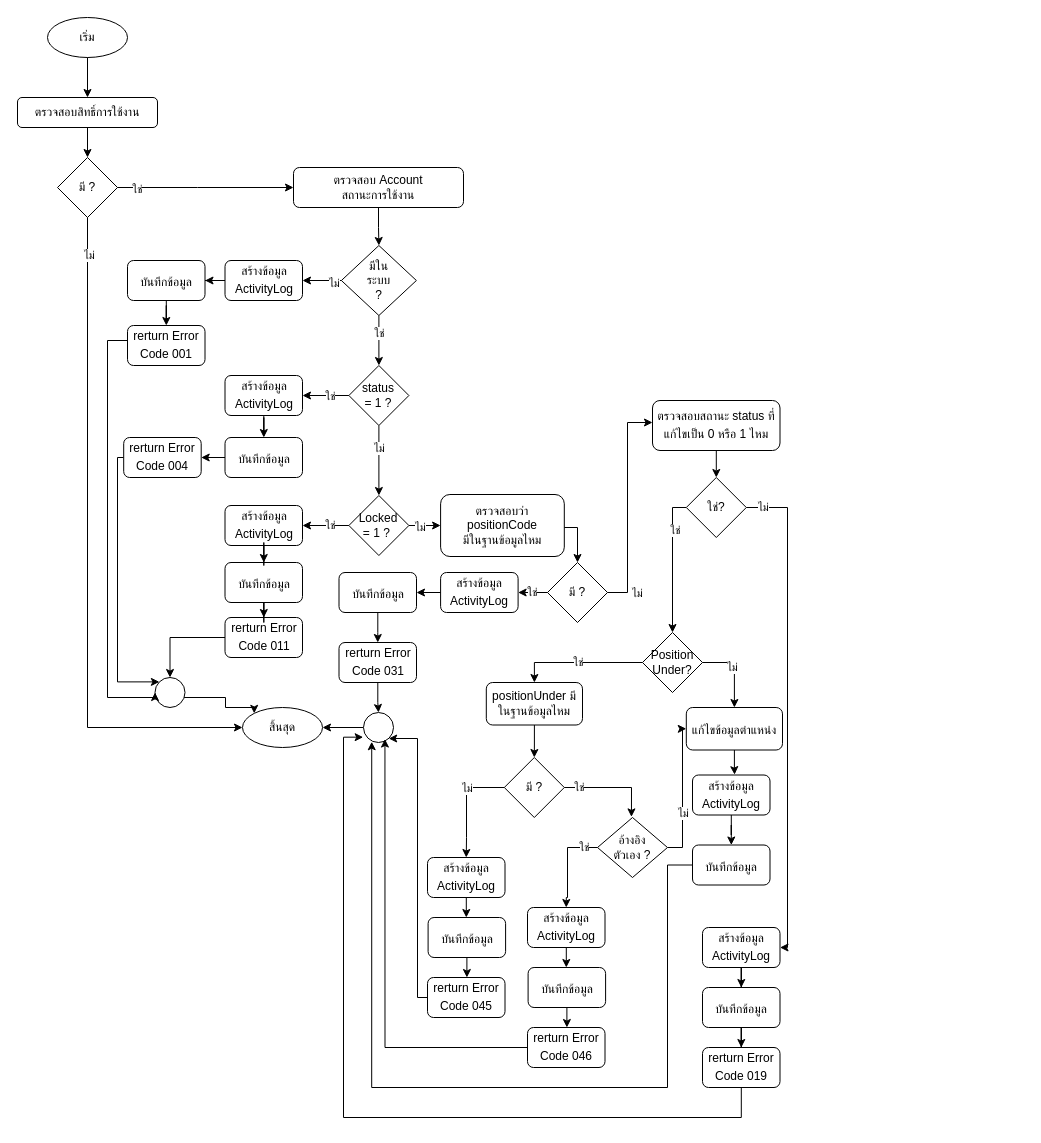
The draw.io diagram page "หน้า-4" (4 of 4) of Position.drawio in charifrodmanee/charifrodmanee, before the edit. Source tidied: cells renumbered, new cells numbered last; positions are measured from the earlier drawing's top-left corner, leaving out a move shared by most shapes. Both pictures are drawn from the tidied source at 100%, with x=0, y=0 at pixel (17, 17).
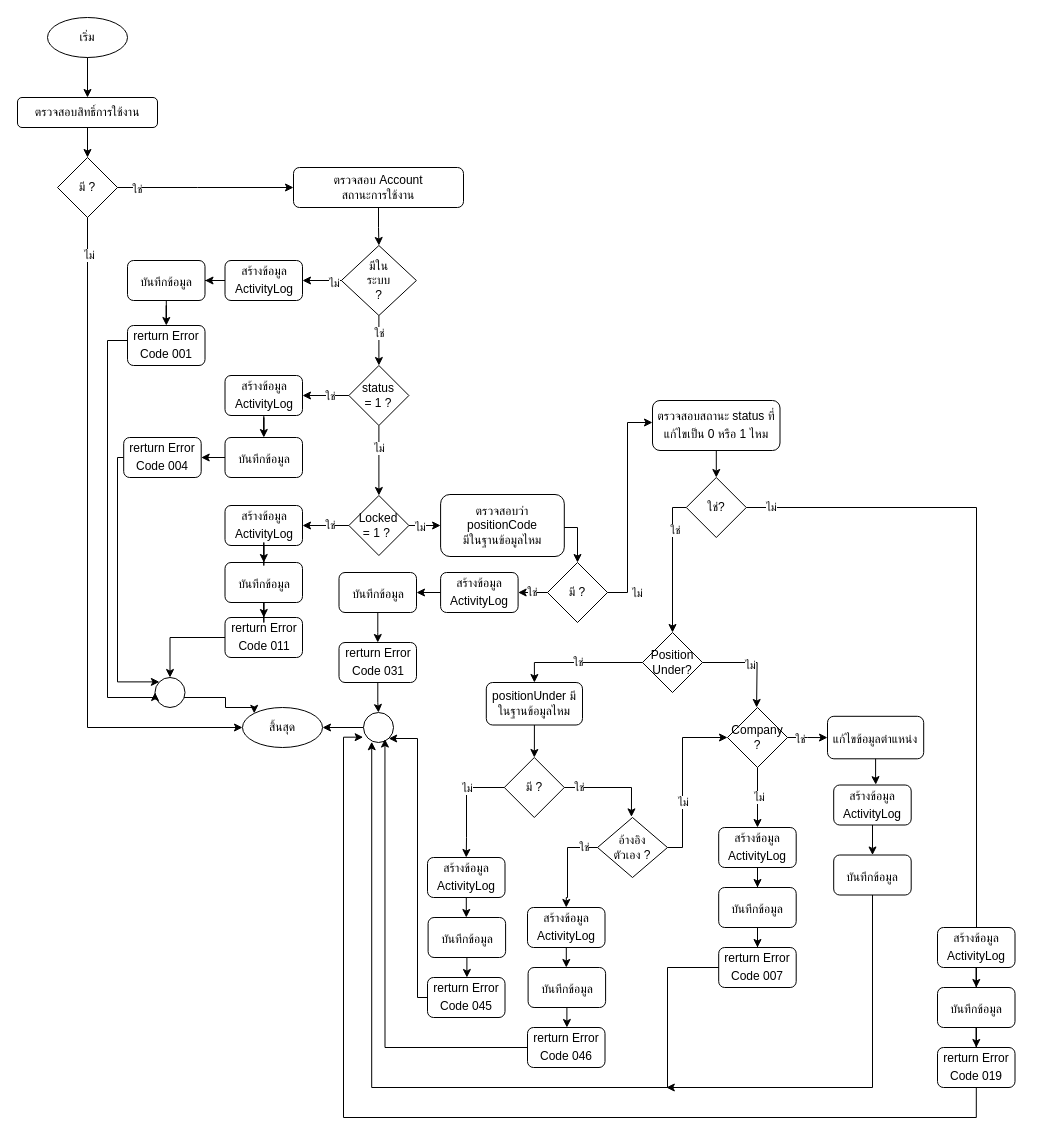
Above is the later version.

Unchanged cells that the change refers to:
```xml
<mxCell id="19" style="ellipse;whiteSpace=wrap;html=1;" parent="1" vertex="1">
  <mxGeometry x="346" y="695" width="30" height="30" as="geometry" />
</mxCell>
<mxCell id="63" value="Position Under?" style="rhombus;whiteSpace=wrap;html=1;" parent="1" vertex="1">
  <mxGeometry x="625" y="615" width="60" height="60" as="geometry" />
</mxCell>
<mxCell id="73" value="อ้างอิง&lt;br&gt;ตัวเอง ?" style="rhombus;whiteSpace=wrap;html=1;" parent="1" vertex="1">
  <mxGeometry x="580" y="800" width="70" height="60" as="geometry" />
</mxCell>
<mxCell id="106" value="ใช่?" style="rhombus;whiteSpace=wrap;html=1;" parent="1" vertex="1">
  <mxGeometry x="668.8" y="460" width="60" height="60" as="geometry" />
</mxCell>
```

What changed in the source:
```diff
@@
-    <mxCell id="71" style="edgeStyle=orthogonalEdgeStyle;rounded=0;jettySize=auto;html=1;entryX=0;entryY=0.5;entryDx=0;entryDy=0;" parent="1" edge="1" source="73" target="93">
+    <mxCell id="71" style="edgeStyle=orthogonalEdgeStyle;rounded=0;jettySize=auto;html=1;entryX=0;entryY=0.5;entryDx=0;entryDy=0;" parent="1" edge="1" source="73" target="120">
       <mxGeometry relative="1" as="geometry">
         <Array as="points">
           <mxPoint x="665" y="830" />
-          <mxPoint x="665" y="711" />
+          <mxPoint x="665" y="720" />
         </Array>
       </mxGeometry>
     </mxCell>
@@
-    <mxCell id="91" style="edgeStyle=orthogonalEdgeStyle;rounded=0;jettySize=auto;html=1;entryX=0.274;entryY=0.975;entryDx=0;entryDy=0;entryPerimeter=0;" parent="1" edge="1" source="96" target="19">
+    <mxCell id="91" style="edgeStyle=orthogonalEdgeStyle;rounded=0;jettySize=auto;html=1;entryX=0.274;entryY=0.975;entryDx=0;entryDy=0;entryPerimeter=0;exitX=0.5;exitY=1;exitDx=0;exitDy=0;" parent="1" edge="1" source="125" target="19">
       <mxGeometry relative="1" as="geometry">
         <Array as="points">
-          <mxPoint x="650" y="848" />
+          <mxPoint x="740" y="950" />
+          <mxPoint x="650" y="950" />
           <mxPoint x="650" y="1070" />
           <mxPoint x="354" y="1070" />
         </Array>
       </mxGeometry>
     </mxCell>
-    <mxCell id="92" style="group;" parent="1" vertex="1">
-      <mxGeometry x="668.8" y="690" width="96.2" height="177.5" as="geometry" />
-    </mxCell>
-    <mxCell id="93" value="แก้ไขข้อมูลตำแหน่ง&lt;span style=&quot;font-size: medium; text-align: start;&quot;&gt;&lt;/span&gt;" style="rounded=1;whiteSpace=wrap;html=1;" parent="92" vertex="1">
-      <mxGeometry width="96.2" height="42.5" as="geometry" />
-    </mxCell>
-    <mxCell id="94" value="สร้างข้อมูล ActivityLog&lt;span style=&quot;font-size: medium; text-align: start;&quot;&gt;&lt;/span&gt;" style="rounded=1;whiteSpace=wrap;html=1;" parent="92" vertex="1">
-      <mxGeometry x="6.2" y="67.5" width="77.5" height="40" as="geometry" />
-    </mxCell>
-    <mxCell id="95" style="edgeStyle=orthogonalEdgeStyle;rounded=0;jettySize=auto;html=1;entryX=0.543;entryY=-0.009;entryDx=0;entryDy=0;entryPerimeter=0;" parent="92" edge="1" source="93" target="94">
-      <mxGeometry relative="1" as="geometry" />
-    </mxCell>
-    <mxCell id="96" value="บันทึกข้อมูล&lt;span style=&quot;font-size: medium; text-align: start;&quot;&gt;&lt;/span&gt;" style="rounded=1;whiteSpace=wrap;html=1;" parent="92" vertex="1">
-      <mxGeometry x="6.2" y="137.5" width="77.5" height="40" as="geometry" />
-    </mxCell>
-    <mxCell id="97" style="edgeStyle=orthogonalEdgeStyle;rounded=0;jettySize=auto;html=1;" parent="92" edge="1" source="94" target="96">
-      <mxGeometry relative="1" as="geometry" />
-    </mxCell>
-    <mxCell id="98" style="edgeStyle=orthogonalEdgeStyle;rounded=0;jettySize=auto;html=1;exitX=1;exitY=0.5;exitDx=0;exitDy=0;" parent="1" edge="1" source="63" target="93">
-      <mxGeometry relative="1" as="geometry" />
+    <mxCell id="98" style="edgeStyle=orthogonalEdgeStyle;rounded=0;jettySize=auto;html=1;exitX=1;exitY=0.5;exitDx=0;exitDy=0;" parent="1" edge="1" source="63">
+      <mxGeometry relative="1" as="geometry">
+        <mxPoint x="739.1" y="690" as="targetPoint" />
+      </mxGeometry>
     </mxCell>
@@
     <mxCell id="104" style="edgeStyle=orthogonalEdgeStyle;rounded=0;jettySize=auto;html=1;entryX=1;entryY=0.5;entryDx=0;entryDy=0;" parent="1" edge="1" source="106" target="108">
       <mxGeometry relative="1" as="geometry">
         <Array as="points">
-          <mxPoint x="770" y="490" />
-          <mxPoint x="770" y="930" />
+          <mxPoint x="959" y="490" />
+          <mxPoint x="959" y="930" />
+          <mxPoint x="998" y="930" />
         </Array>
       </mxGeometry>
     </mxCell>
@@
+    <mxCell id="111" style="edgeStyle=orthogonalEdgeStyle;rounded=0;jettySize=auto;html=1;entryX=-0.011;entryY=0.822;entryDx=0;entryDy=0;entryPerimeter=0;" parent="1" edge="1" source="112" target="19">
+      <mxGeometry relative="1" as="geometry">
+        <Array as="points">
+          <mxPoint x="959" y="1100" />
+          <mxPoint x="326" y="1100" />
+          <mxPoint x="326" y="720" />
+        </Array>
+      </mxGeometry>
+    </mxCell>
+    <mxCell id="113" style="group;" parent="1" vertex="1">
+      <mxGeometry x="920" y="910" width="77.5" height="160" as="geometry" />
+    </mxCell>
+    <mxCell id="108" value="สร้างข้อมูล ActivityLog&lt;span style=&quot;font-size: medium; text-align: start;&quot;&gt;&lt;/span&gt;" style="rounded=1;whiteSpace=wrap;html=1;" parent="113" vertex="1">
+      <mxGeometry width="77.5" height="40" as="geometry" />
+    </mxCell>
+    <mxCell id="110" value="บันทึกข้อมูล&lt;span style=&quot;font-size: medium; text-align: start;&quot;&gt;&lt;/span&gt;" style="rounded=1;whiteSpace=wrap;html=1;" parent="113" vertex="1">
+      <mxGeometry y="60" width="77.5" height="40" as="geometry" />
+    </mxCell>
-    <mxCell id="107" style="edgeStyle=orthogonalEdgeStyle;rounded=0;jettySize=auto;html=1;" parent="1" edge="1" source="108" target="110">
+    <mxCell id="107" style="edgeStyle=orthogonalEdgeStyle;rounded=0;jettySize=auto;html=1;" parent="113" edge="1" source="108" target="110">
       <mxGeometry relative="1" as="geometry" />
     </mxCell>
-    <mxCell id="108" value="สร้างข้อมูล ActivityLog&lt;span style=&quot;font-size: medium; text-align: start;&quot;&gt;&lt;/span&gt;" style="rounded=1;whiteSpace=wrap;html=1;" parent="1" vertex="1">
-      <mxGeometry x="685" y="910" width="77.5" height="40" as="geometry" />
-    </mxCell>
+    <mxCell id="112" value="rerturn Error Code&amp;nbsp;019&lt;span style=&quot;font-size: medium; text-align: start;&quot;&gt;&lt;/span&gt;" style="rounded=1;whiteSpace=wrap;html=1;" parent="113" vertex="1">
+      <mxGeometry y="120" width="77.5" height="40" as="geometry" />
+    </mxCell>
-    <mxCell id="109" style="edgeStyle=orthogonalEdgeStyle;rounded=0;jettySize=auto;html=1;" parent="1" edge="1" source="110" target="112">
+    <mxCell id="109" style="edgeStyle=orthogonalEdgeStyle;rounded=0;jettySize=auto;html=1;" parent="113" edge="1" source="110" target="112">
       <mxGeometry relative="1" as="geometry" />
     </mxCell>
-    <mxCell id="110" value="บันทึกข้อมูล&lt;span style=&quot;font-size: medium; text-align: start;&quot;&gt;&lt;/span&gt;" style="rounded=1;whiteSpace=wrap;html=1;" parent="1" vertex="1">
-      <mxGeometry x="685" y="970" width="77.5" height="40" as="geometry" />
-    </mxCell>
-    <mxCell id="111" style="edgeStyle=orthogonalEdgeStyle;rounded=0;jettySize=auto;html=1;entryX=-0.011;entryY=0.822;entryDx=0;entryDy=0;entryPerimeter=0;" parent="1" edge="1" source="112" target="19">
-      <mxGeometry relative="1" as="geometry">
-        <Array as="points">
-          <mxPoint x="724" y="1100" />
-          <mxPoint x="326" y="1100" />
-          <mxPoint x="326" y="720" />
-        </Array>
-      </mxGeometry>
-    </mxCell>
-    <mxCell id="112" value="rerturn Error Code&amp;nbsp;019&lt;span style=&quot;font-size: medium; text-align: start;&quot;&gt;&lt;/span&gt;" style="rounded=1;whiteSpace=wrap;html=1;" parent="1" vertex="1">
-      <mxGeometry x="685" y="1030" width="77.5" height="40" as="geometry" />
-    </mxCell>
+    <mxCell id="114" style="group;" parent="1" vertex="1">
+      <mxGeometry x="810" y="700" width="96.2" height="177.5" as="geometry" />
+    </mxCell>
+    <mxCell id="93" value="แก้ไขข้อมูลตำแหน่ง&lt;span style=&quot;font-size: medium; text-align: start;&quot;&gt;&lt;/span&gt;" style="rounded=1;whiteSpace=wrap;html=1;" parent="114" vertex="1">
+      <mxGeometry y="-1.2" width="96.2" height="42.5" as="geometry" />
+    </mxCell>
+    <mxCell id="94" value="สร้างข้อมูล ActivityLog&lt;span style=&quot;font-size: medium; text-align: start;&quot;&gt;&lt;/span&gt;" style="rounded=1;whiteSpace=wrap;html=1;" parent="114" vertex="1">
+      <mxGeometry x="6.2" y="67.5" width="77.5" height="40" as="geometry" />
+    </mxCell>
+    <mxCell id="95" style="edgeStyle=orthogonalEdgeStyle;rounded=0;jettySize=auto;html=1;entryX=0.543;entryY=-0.009;entryDx=0;entryDy=0;entryPerimeter=0;" parent="114" edge="1" source="93" target="94">
+      <mxGeometry relative="1" as="geometry" />
+    </mxCell>
+    <mxCell id="115" style="edgeStyle=orthogonalEdgeStyle;rounded=0;jettySize=auto;html=1;" parent="114" edge="1" source="96">
+      <mxGeometry relative="1" as="geometry">
+        <mxPoint x="-161.2" y="370" as="targetPoint" />
+        <Array as="points">
+          <mxPoint x="45" y="370" />
+        </Array>
+      </mxGeometry>
+    </mxCell>
+    <mxCell id="96" value="บันทึกข้อมูล&lt;span style=&quot;font-size: medium; text-align: start;&quot;&gt;&lt;/span&gt;" style="rounded=1;whiteSpace=wrap;html=1;" parent="114" vertex="1">
+      <mxGeometry x="6.2" y="137.5" width="77.5" height="40" as="geometry" />
+    </mxCell>
+    <mxCell id="97" style="edgeStyle=orthogonalEdgeStyle;rounded=0;jettySize=auto;html=1;" parent="114" edge="1" source="94" target="96">
+      <mxGeometry relative="1" as="geometry" />
+    </mxCell>
+    <mxCell id="116" style="edgeStyle=orthogonalEdgeStyle;rounded=0;jettySize=auto;html=1;" parent="1" edge="1" source="120" target="122">
+      <mxGeometry relative="1" as="geometry" />
+    </mxCell>
+    <mxCell id="117" value="ไม่" style="edgeLabel;html=1;align=center;verticalAlign=middle;" parent="116" vertex="1">
+      <mxGeometry x="-0.02" y="1" relative="1" as="geometry" />
+    </mxCell>
+    <mxCell id="118" style="edgeStyle=orthogonalEdgeStyle;rounded=0;jettySize=auto;html=1;" parent="1" edge="1" source="120" target="93">
+      <mxGeometry relative="1" as="geometry" />
+    </mxCell>
+    <mxCell id="119" value="ใช่" style="edgeLabel;html=1;align=center;verticalAlign=middle;" parent="118" vertex="1">
+      <mxGeometry x="-0.4" y="-1" relative="1" as="geometry" />
+    </mxCell>
+    <mxCell id="120" value="Company ?" style="rhombus;whiteSpace=wrap;html=1;" parent="1" vertex="1">
+      <mxGeometry x="710" y="690" width="60" height="60" as="geometry" />
+    </mxCell>
+    <mxCell id="121" style="group;" parent="1" vertex="1">
+      <mxGeometry x="701.2" y="810" width="77.5" height="160" as="geometry" />
+    </mxCell>
+    <mxCell id="122" value="สร้างข้อมูล ActivityLog&lt;span style=&quot;font-size: medium; text-align: start;&quot;&gt;&lt;/span&gt;" style="rounded=1;whiteSpace=wrap;html=1;" parent="121" vertex="1">
+      <mxGeometry width="77.5" height="40" as="geometry" />
+    </mxCell>
+    <mxCell id="123" value="บันทึกข้อมูล&lt;span style=&quot;font-size: medium; text-align: start;&quot;&gt;&lt;/span&gt;" style="rounded=1;whiteSpace=wrap;html=1;" parent="121" vertex="1">
+      <mxGeometry y="60" width="77.5" height="40" as="geometry" />
+    </mxCell>
+    <mxCell id="124" style="edgeStyle=orthogonalEdgeStyle;rounded=0;jettySize=auto;html=1;" parent="121" edge="1" source="122" target="123">
+      <mxGeometry relative="1" as="geometry" />
+    </mxCell>
+    <mxCell id="125" value="rerturn Error Code&amp;nbsp;007&lt;span style=&quot;font-size: medium; text-align: start;&quot;&gt;&lt;/span&gt;" style="rounded=1;whiteSpace=wrap;html=1;" parent="121" vertex="1">
+      <mxGeometry y="120" width="77.5" height="40" as="geometry" />
+    </mxCell>
+    <mxCell id="126" style="edgeStyle=orthogonalEdgeStyle;rounded=0;jettySize=auto;html=1;" parent="121" edge="1" source="123" target="125">
+      <mxGeometry relative="1" as="geometry" />
+    </mxCell>
```
